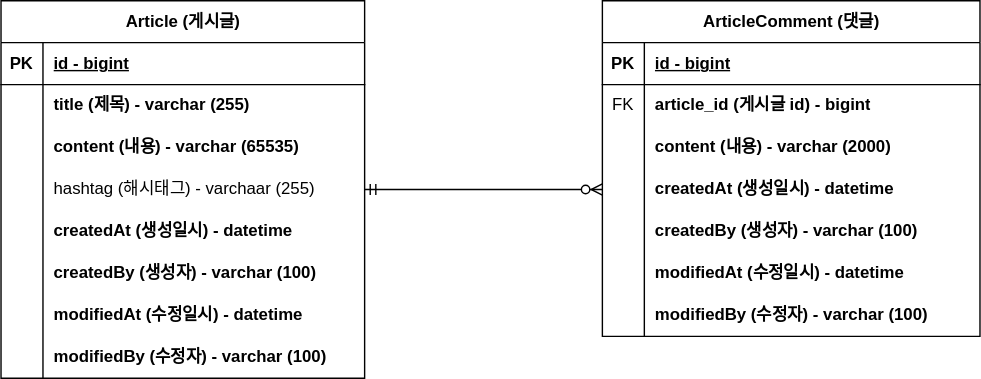
Before: document/project-board-erd.svg, a diagram exported from draw.io (KSH-Daniel/fastcampus-project-board). Source tidied: cells renumbered, new cells last; positions are measured from the earlier drawing's top-left corner, leaving out a move shared by most shapes.
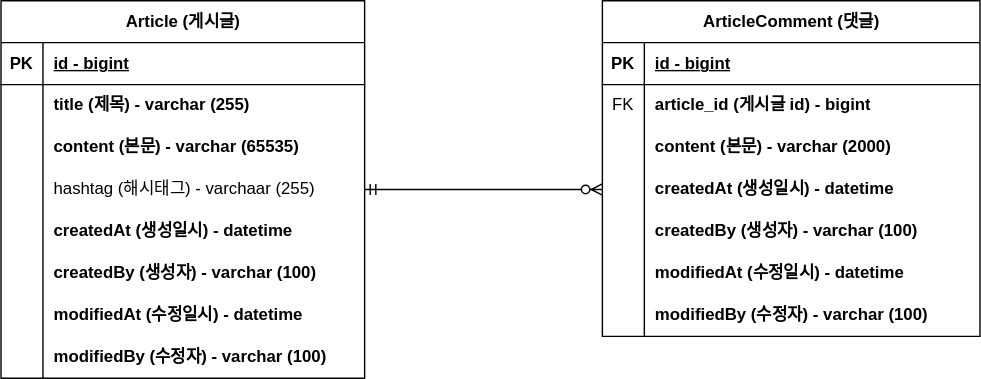
Above is the later version.

Commit message:
#7 - ERD 주석 업데이트 : project-board-erd.svg 업데이트

What changed in the source:
```diff
@@ -29,7 +29,7 @@
     <mxCell id="10" style="shape=partialRectangle;fillColor=none;top=0;left=0;bottom=0;right=0;overflow=hidden;whiteSpace=wrap;html=1;" parent="9" vertex="1">
       <mxGeometry width="30" height="30" as="geometry" />
     </mxCell>
-    <mxCell id="11" value="content (내용) - varchar (65535)" style="shape=partialRectangle;fillColor=none;top=0;left=0;bottom=0;right=0;align=left;spacingLeft=6;overflow=hidden;whiteSpace=wrap;html=1;fontStyle=1;" parent="9" vertex="1">
+    <mxCell id="11" value="content (본문) - varchar (65535)" style="shape=partialRectangle;fillColor=none;top=0;left=0;bottom=0;right=0;align=left;spacingLeft=6;overflow=hidden;whiteSpace=wrap;html=1;fontStyle=1;" parent="9" vertex="1">
       <mxGeometry x="30" width="230" height="30" as="geometry" />
     </mxCell>
     <mxCell id="12" style="shape=tableRow;horizontal=0;startSize=0;swimlaneHead=0;swimlaneBody=0;fillColor=none;points=[[0,0.5],[1,0.5]];portConstraint=eastwest;top=0;left=0;right=0;bottom=0;" parent="2" vertex="1">
@@ -104,7 +104,7 @@
     <mxCell id="35" style="shape=partialRectangle;fillColor=none;top=0;left=0;bottom=0;right=0;overflow=hidden;whiteSpace=wrap;html=1;" parent="34" vertex="1">
       <mxGeometry width="30" height="30" as="geometry" />
     </mxCell>
-    <mxCell id="36" value="content (내용) - varchar (2000)" style="shape=partialRectangle;fillColor=none;top=0;left=0;bottom=0;right=0;align=left;spacingLeft=6;overflow=hidden;whiteSpace=wrap;html=1;fontStyle=1;" parent="34" vertex="1">
+    <mxCell id="36" value="content (본문) - varchar (2000)" style="shape=partialRectangle;fillColor=none;top=0;left=0;bottom=0;right=0;align=left;spacingLeft=6;overflow=hidden;whiteSpace=wrap;html=1;fontStyle=1;" parent="34" vertex="1">
       <mxGeometry x="30" width="240" height="30" as="geometry" />
     </mxCell>
     <mxCell id="37" style="shape=tableRow;horizontal=0;startSize=0;swimlaneHead=0;swimlaneBody=0;fillColor=none;points=[[0,0.5],[1,0.5]];portConstraint=eastwest;top=0;left=0;right=0;bottom=0;" parent="27" vertex="1">
```
